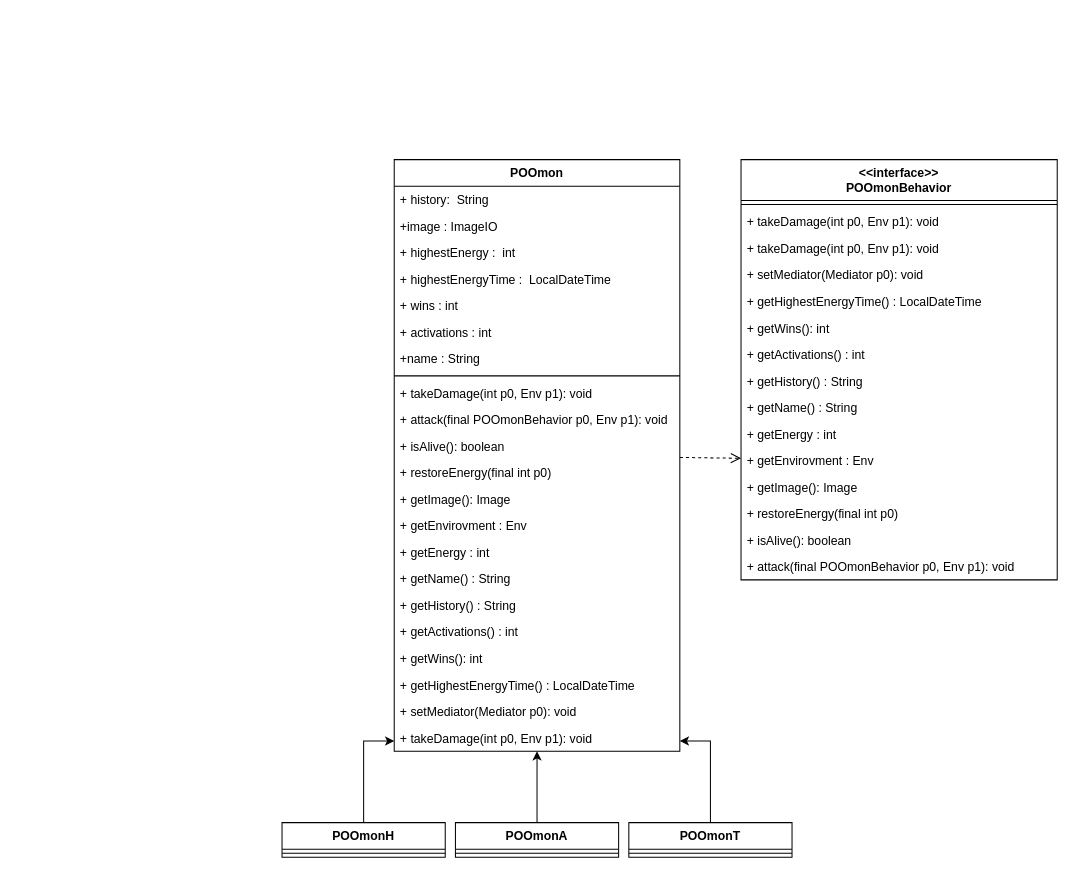
rbkretzer/POO212-A-F keeps this draw.io diagram as Untitled Diagram.drawio. Above is the earlier version. Source tidied: cells renumbered, new cells numbered last; positions are measured from the earlier drawing's top-left corner, leaving out a move shared by most shapes. Both pictures are drawn from the tidied source at 102%, with x=0, y=0 at pixel (282, 159).
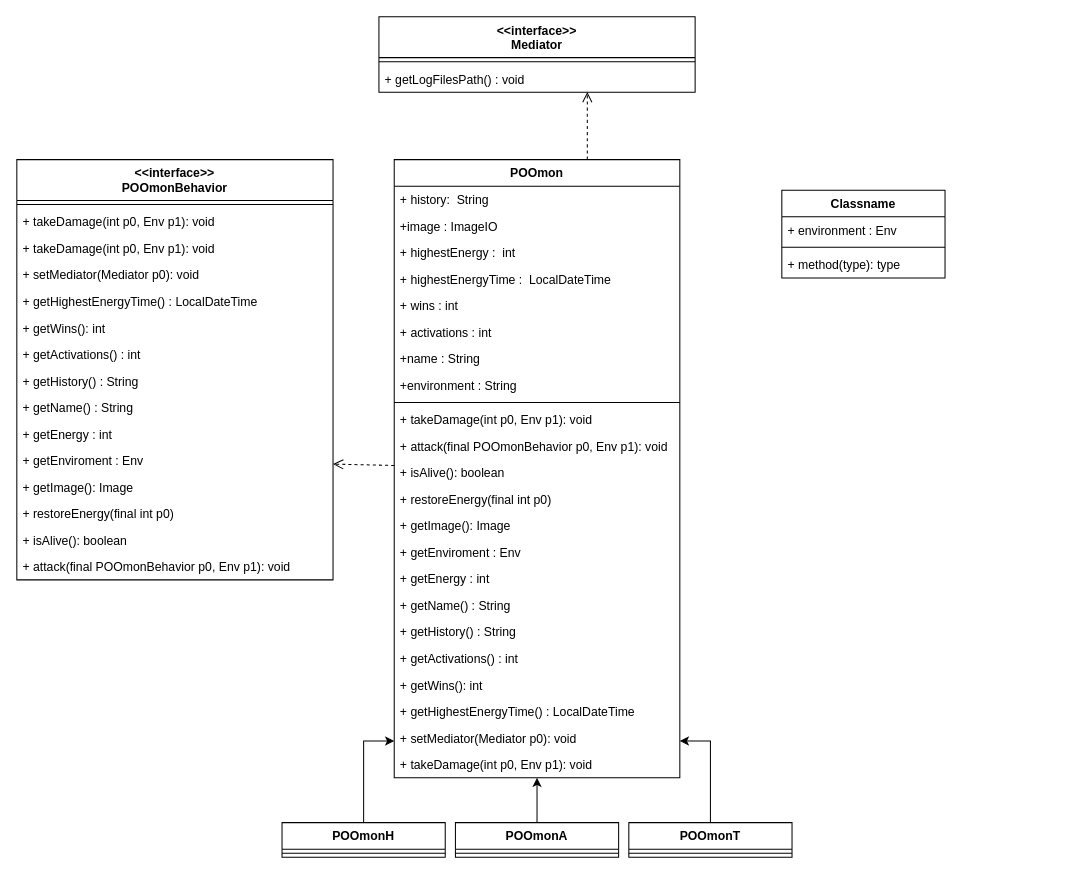
After the change.

Commit message:
Ajsute modelo

Change to the diagram source:
```diff
@@
     <mxCell id="5" value="POOmon" style="swimlane;fontStyle=1;align=center;verticalAlign=top;horizontal=1;startSize=26;fillColor=default;gradientColor=none;" parent="1" vertex="1">
-      <mxGeometry x="110" width="280" height="580" as="geometry" />
+      <mxGeometry x="110" width="280" height="606" as="geometry" />
     </mxCell>
@@
+    <mxCell id="51" value="+environment : String " style="text;strokeColor=none;fillColor=none;align=left;verticalAlign=top;spacingLeft=4;spacingRight=4;overflow=hidden;" parent="5" vertex="1">
+      <mxGeometry y="208" width="280" height="26" as="geometry" />
+    </mxCell>
     <mxCell id="13" style="line;strokeWidth=1;fillColor=none;align=left;verticalAlign=middle;spacingTop=-1;spacingLeft=3;spacingRight=3;labelPosition=right;" parent="5" vertex="1">
-      <mxGeometry y="208" width="280" height="8" as="geometry" />
+      <mxGeometry y="234" width="280" height="8" as="geometry" />
     </mxCell>
     <mxCell id="14" value="+ takeDamage(int p0, Env p1): void" style="text;strokeColor=none;fillColor=none;align=left;verticalAlign=top;spacingLeft=4;spacingRight=4;overflow=hidden;" parent="5" vertex="1">
-      <mxGeometry y="216" width="280" height="26" as="geometry" />
+      <mxGeometry y="242" width="280" height="26" as="geometry" />
     </mxCell>
     <mxCell id="15" value="+ attack(final POOmonBehavior p0, Env p1): void" style="text;strokeColor=none;fillColor=none;align=left;verticalAlign=top;spacingLeft=4;spacingRight=4;overflow=hidden;" parent="5" vertex="1">
-      <mxGeometry y="242" width="280" height="26" as="geometry" />
+      <mxGeometry y="268" width="280" height="26" as="geometry" />
     </mxCell>
     <mxCell id="16" value="+ isAlive(): boolean" style="text;strokeColor=none;fillColor=none;align=left;verticalAlign=top;spacingLeft=4;spacingRight=4;overflow=hidden;" parent="5" vertex="1">
-      <mxGeometry y="268" width="280" height="26" as="geometry" />
+      <mxGeometry y="294" width="280" height="26" as="geometry" />
     </mxCell>
     <mxCell id="17" value="+ restoreEnergy(final int p0)" style="text;strokeColor=none;fillColor=none;align=left;verticalAlign=top;spacingLeft=4;spacingRight=4;overflow=hidden;" parent="5" vertex="1">
-      <mxGeometry y="294" width="280" height="26" as="geometry" />
+      <mxGeometry y="320" width="280" height="26" as="geometry" />
     </mxCell>
     <mxCell id="18" value="+ getImage(): Image" style="text;strokeColor=none;fillColor=none;align=left;verticalAlign=top;spacingLeft=4;spacingRight=4;overflow=hidden;" parent="5" vertex="1">
-      <mxGeometry y="320" width="280" height="26" as="geometry" />
+      <mxGeometry y="346" width="280" height="26" as="geometry" />
     </mxCell>
-    <mxCell id="19" value="+ getEnvirovment : Env" style="text;strokeColor=none;fillColor=none;align=left;verticalAlign=top;spacingLeft=4;spacingRight=4;overflow=hidden;" parent="5" vertex="1">
-      <mxGeometry y="346" width="280" height="26" as="geometry" />
+    <mxCell id="19" value="+ getEnviroment : Env" style="text;strokeColor=none;fillColor=none;align=left;verticalAlign=top;spacingLeft=4;spacingRight=4;overflow=hidden;" parent="5" vertex="1">
+      <mxGeometry y="372" width="280" height="26" as="geometry" />
     </mxCell>
     <mxCell id="20" value="+ getEnergy : int" style="text;strokeColor=none;fillColor=none;align=left;verticalAlign=top;spacingLeft=4;spacingRight=4;overflow=hidden;" parent="5" vertex="1">
-      <mxGeometry y="372" width="280" height="26" as="geometry" />
+      <mxGeometry y="398" width="280" height="26" as="geometry" />
     </mxCell>
     <mxCell id="21" value="+ getName() : String" style="text;strokeColor=none;fillColor=none;align=left;verticalAlign=top;spacingLeft=4;spacingRight=4;overflow=hidden;" parent="5" vertex="1">
-      <mxGeometry y="398" width="280" height="26" as="geometry" />
+      <mxGeometry y="424" width="280" height="26" as="geometry" />
     </mxCell>
     <mxCell id="22" value="+ getHistory() : String&#10;" style="text;strokeColor=none;fillColor=none;align=left;verticalAlign=top;spacingLeft=4;spacingRight=4;overflow=hidden;" parent="5" vertex="1">
-      <mxGeometry y="424" width="280" height="26" as="geometry" />
+      <mxGeometry y="450" width="280" height="26" as="geometry" />
     </mxCell>
     <mxCell id="23" value="+ getActivations() : int" style="text;strokeColor=none;fillColor=none;align=left;verticalAlign=top;spacingLeft=4;spacingRight=4;overflow=hidden;" parent="5" vertex="1">
-      <mxGeometry y="450" width="280" height="26" as="geometry" />
+      <mxGeometry y="476" width="280" height="26" as="geometry" />
     </mxCell>
     <mxCell id="24" value="+ getWins(): int" style="text;strokeColor=none;fillColor=none;align=left;verticalAlign=top;spacingLeft=4;spacingRight=4;overflow=hidden;" parent="5" vertex="1">
-      <mxGeometry y="476" width="280" height="26" as="geometry" />
+      <mxGeometry y="502" width="280" height="26" as="geometry" />
     </mxCell>
     <mxCell id="25" value="+ getHighestEnergyTime() : LocalDateTime" style="text;strokeColor=none;fillColor=none;align=left;verticalAlign=top;spacingLeft=4;spacingRight=4;overflow=hidden;" parent="5" vertex="1">
-      <mxGeometry y="502" width="280" height="26" as="geometry" />
+      <mxGeometry y="528" width="280" height="26" as="geometry" />
     </mxCell>
     <mxCell id="26" value="+ setMediator(Mediator p0): void" style="text;strokeColor=none;fillColor=none;align=left;verticalAlign=top;spacingLeft=4;spacingRight=4;overflow=hidden;" parent="5" vertex="1">
-      <mxGeometry y="528" width="280" height="26" as="geometry" />
+      <mxGeometry y="554" width="280" height="26" as="geometry" />
     </mxCell>
     <mxCell id="27" value="+ takeDamage(int p0, Env p1): void" style="text;strokeColor=none;fillColor=none;align=left;verticalAlign=top;spacingLeft=4;spacingRight=4;overflow=hidden;" parent="5" vertex="1">
-      <mxGeometry y="554" width="280" height="26" as="geometry" />
+      <mxGeometry y="580" width="280" height="26" as="geometry" />
     </mxCell>
@@
     <mxCell id="34" value="&lt;&lt;interface&gt;&gt;&#10;POOmonBehavior" style="swimlane;fontStyle=1;align=center;verticalAlign=top;horizontal=1;startSize=40;fillColor=default;gradientColor=none;" parent="1" vertex="1">
-      <mxGeometry x="450" width="310" height="412" as="geometry" />
+      <mxGeometry x="-260" width="310" height="412" as="geometry" />
     </mxCell>
@@
-    <mxCell id="45" value="+ getEnvirovment : Env" style="text;strokeColor=none;fillColor=none;align=left;verticalAlign=top;spacingLeft=4;spacingRight=4;overflow=hidden;points=[[0,0.5],[1,0.5]];portConstraint=eastwest;" parent="34" vertex="1">
+    <mxCell id="45" value="+ getEnviroment : Env" style="text;strokeColor=none;fillColor=none;align=left;verticalAlign=top;spacingLeft=4;spacingRight=4;overflow=hidden;points=[[0,0.5],[1,0.5]];portConstraint=eastwest;" parent="34" vertex="1">
       <mxGeometry y="282" width="310" height="26" as="geometry" />
     </mxCell>
@@
+    <mxCell id="52" value="&lt;&lt;interface&gt;&gt;&#10;Mediator" style="swimlane;fontStyle=1;align=center;verticalAlign=top;horizontal=1;startSize=40;fillColor=default;gradientColor=none;" parent="1" vertex="1">
+      <mxGeometry x="95" y="-140" width="310" height="74" as="geometry" />
+    </mxCell>
+    <mxCell id="53" style="line;strokeWidth=1;fillColor=none;align=left;verticalAlign=middle;spacingTop=-1;spacingLeft=3;spacingRight=3;labelPosition=right;" parent="52" vertex="1">
+      <mxGeometry y="40" width="310" height="8" as="geometry" />
+    </mxCell>
+    <mxCell id="54" value="+ getLogFilesPath() : void" style="text;strokeColor=none;fillColor=none;align=left;verticalAlign=top;spacingLeft=4;spacingRight=4;overflow=hidden;points=[[0,0.5],[1,0.5]];portConstraint=eastwest;" parent="52" vertex="1">
+      <mxGeometry y="48" width="310" height="26" as="geometry" />
+    </mxCell>
+    <mxCell id="55" style="html=1;verticalAlign=bottom;endArrow=open;dashed=1;endSize=8;rounded=0;entryX=0.659;entryY=0.985;entryDx=0;entryDy=0;entryPerimeter=0;exitX=0.676;exitY=0;exitDx=0;exitDy=0;exitPerimeter=0;" parent="1" edge="1" source="5" target="54">
+      <mxGeometry relative="1" as="geometry" />
+    </mxCell>
+    <mxCell id="56" value="Classname" style="swimlane;fontStyle=1;align=center;verticalAlign=top;horizontal=1;startSize=26;" parent="1" vertex="1">
+      <mxGeometry x="490" y="30" width="160" height="86" as="geometry" />
+    </mxCell>
+    <mxCell id="57" value="+ environment : Env" style="text;strokeColor=none;fillColor=none;align=left;verticalAlign=top;spacingLeft=4;spacingRight=4;overflow=hidden;" parent="56" vertex="1">
+      <mxGeometry y="26" width="160" height="26" as="geometry" />
+    </mxCell>
+    <mxCell id="58" style="line;strokeWidth=1;fillColor=none;align=left;verticalAlign=middle;spacingTop=-1;spacingLeft=3;spacingRight=3;labelPosition=right;" parent="56" vertex="1">
+      <mxGeometry y="52" width="160" height="8" as="geometry" />
+    </mxCell>
+    <mxCell id="59" value="+ method(type): type" style="text;strokeColor=none;fillColor=none;align=left;verticalAlign=top;spacingLeft=4;spacingRight=4;overflow=hidden;" parent="56" vertex="1">
+      <mxGeometry y="60" width="160" height="26" as="geometry" />
+    </mxCell>
```
